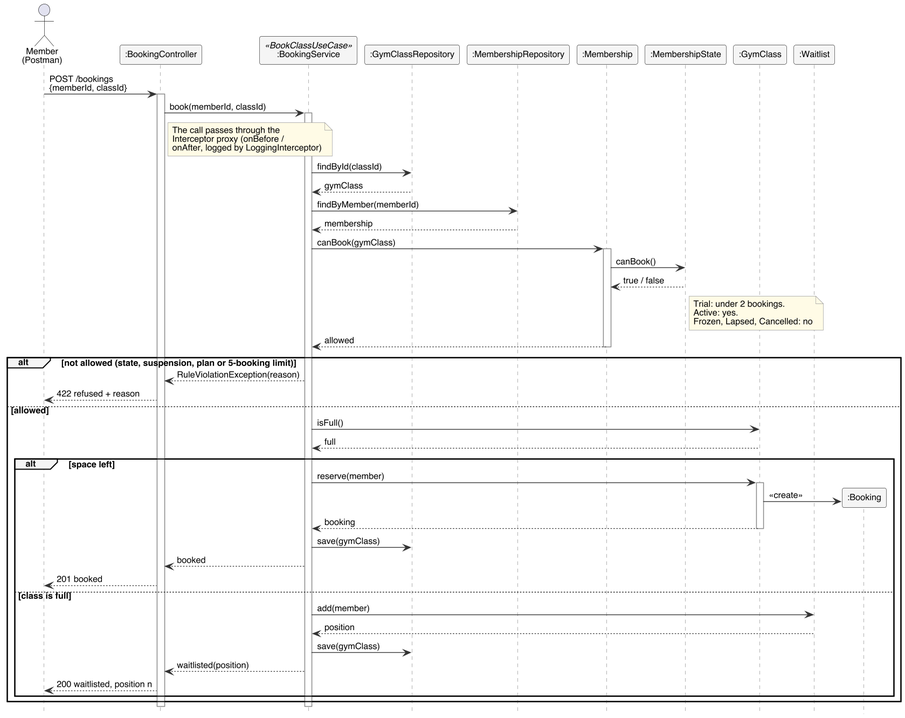
The PlantUML diagram report/analysis/sequence-book-class.png in CS6451-Advanced-Software-Design/Gym-Membership, before a commit. Its diagram source:
```plantuml
@startuml
!include common.iuml
skinparam sequence {
  ParticipantBackgroundColor #F5F5F5
  ParticipantBorderColor #333333
  LifeLineBorderColor #888888
  GroupBackgroundColor #F5F5F5
}
skinparam responseMessageBelowArrow true
autoactivate off
hide footbox

actor "Member\n(Postman)" as M
participant ":BookingController" as C
participant ":BookingService" as S <<BookClassUseCase>>
participant ":GymClassRepository" as GR
participant ":MembershipRepository" as MR
participant ":Membership" as MS
participant ":MembershipState" as ST
participant ":GymClass" as G
participant ":Waitlist" as W

M -> C : POST /bookings\n{memberId, classId}
activate C
C -> S : book(memberId, classId)
activate S
note right of C
  The call passes through the
  Interceptor proxy (onBefore /
  onAfter, logged by LoggingInterceptor)
end note

S -> GR : findById(classId)
GR --> S : gymClass
S -> MR : findByMember(memberId)
MR --> S : membership

S -> MS : canBook(gymClass)
activate MS
MS -> ST : canBook()
ST --> MS : true / false
note right of ST
  Trial: under 2 bookings.
  Active: yes.
  Frozen, Lapsed, Cancelled: no
end note
MS --> S : allowed
deactivate MS

alt not allowed (state, suspension, plan or 5-booking limit)
  S --> C : RuleViolationException(reason)
  C --> M : 422 refused + reason
else allowed
  S -> G : isFull()
  G --> S : full
  alt space left
    S -> G : reserve(member)
    activate G
    create participant ":Booking" as B
    G -> B : <<create>>
    G --> S : booking
    deactivate G
    S -> GR : save(gymClass)
    S --> C : booked
    C --> M : 201 booked
  else class is full
    S -> W : add(member)
    W --> S : position
    S -> GR : save(gymClass)
    S --> C : waitlisted(position)
    C --> M : 200 waitlisted, position n
  end
end
deactivate S
deactivate C
@enduml
```
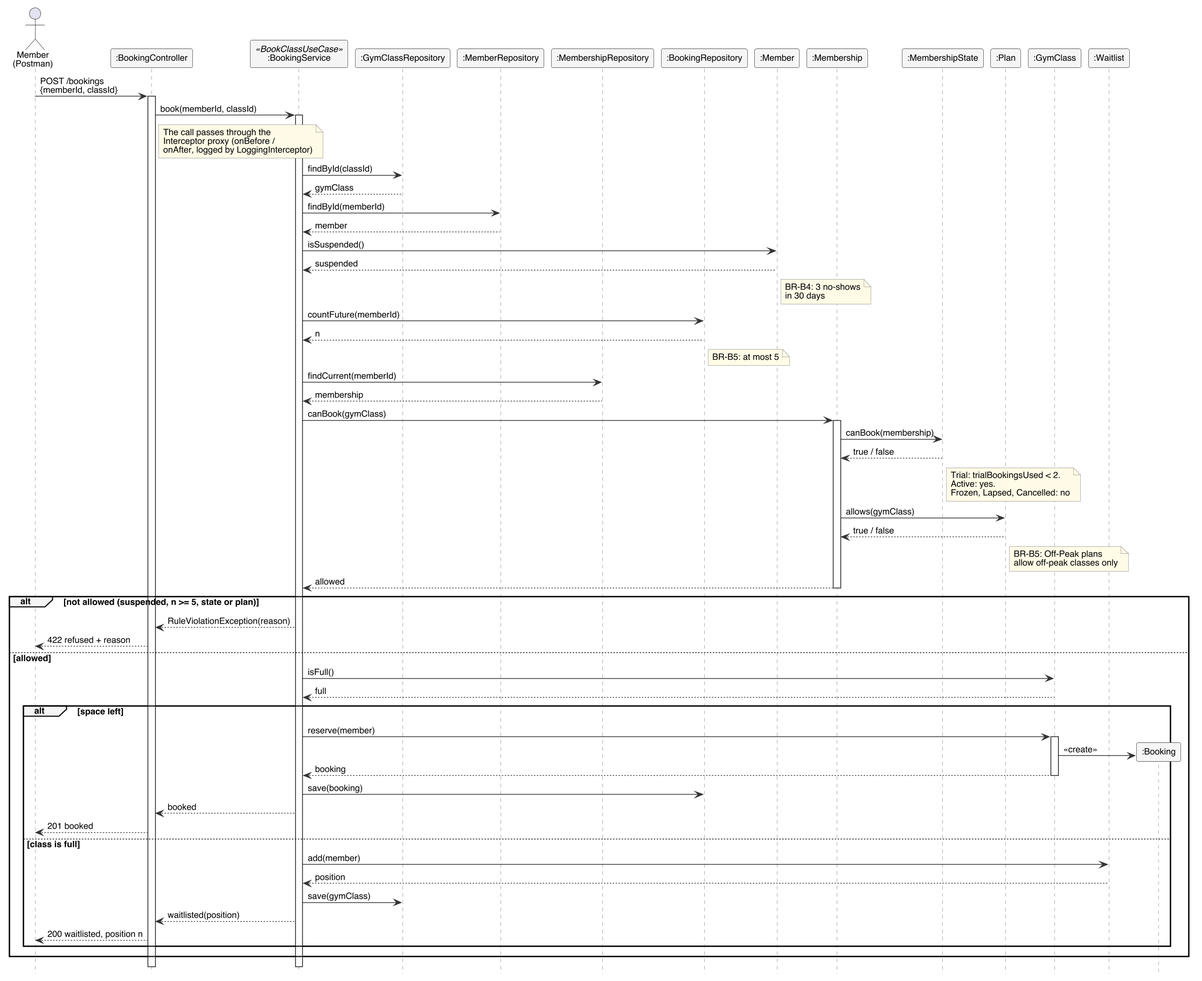
Above is the later version.

Commit message:
docs: draw every booking check in the UC2 sequence and save the booking it creates

The refused branch listed suspension, the plan and the 5-booking limit
but only the state check was drawn. Member.isSuspended(), the future
booking count and Plan.allows() are now messages. Booking is its own
ER entity, so it is saved through a BookingRepository rather than with
the gym class. findCurrent picks the one live membership.

The edit, as a diff of the source:
```diff
@@ -1,5 +1,5 @@
 @startuml
-!include common.iuml
+!include ../common.iuml
 skinparam sequence {
   ParticipantBackgroundColor #F5F5F5
   ParticipantBorderColor #333333
@@ -14,9 +14,13 @@
 participant ":BookingController" as C
 participant ":BookingService" as S <<BookClassUseCase>>
 participant ":GymClassRepository" as GR
+participant ":MemberRepository" as MBR
 participant ":MembershipRepository" as MR
+participant ":BookingRepository" as BR
+participant ":Member" as MB
 participant ":Membership" as MS
 participant ":MembershipState" as ST
+participant ":Plan" as P
 participant ":GymClass" as G
 participant ":Waitlist" as W
 
@@ -32,22 +36,41 @@
 
 S -> GR : findById(classId)
 GR --> S : gymClass
-S -> MR : findByMember(memberId)
+S -> MBR : findById(memberId)
+MBR --> S : member
+S -> MB : isSuspended()
+MB --> S : suspended
+note right of MB
+  BR-B4: 3 no-shows
+  in 30 days
+end note
+S -> BR : countFuture(memberId)
+BR --> S : n
+note right of BR
+  BR-B5: at most 5
+end note
+S -> MR : findCurrent(memberId)
 MR --> S : membership
 
 S -> MS : canBook(gymClass)
 activate MS
-MS -> ST : canBook()
+MS -> ST : canBook(membership)
 ST --> MS : true / false
 note right of ST
-  Trial: under 2 bookings.
+  Trial: trialBookingsUsed < 2.
   Active: yes.
   Frozen, Lapsed, Cancelled: no
+end note
+MS -> P : allows(gymClass)
+P --> MS : true / false
+note right of P
+  BR-B5: Off-Peak plans
+  allow off-peak classes only
 end note
 MS --> S : allowed
 deactivate MS
 
-alt not allowed (state, suspension, plan or 5-booking limit)
+alt not allowed (suspended, n >= 5, state or plan)
   S --> C : RuleViolationException(reason)
   C --> M : 422 refused + reason
 else allowed
@@ -60,7 +83,7 @@
     G -> B : <<create>>
     G --> S : booking
     deactivate G
-    S -> GR : save(gymClass)
+    S -> BR : save(booking)
     S --> C : booked
     C --> M : 201 booked
   else class is full
```
